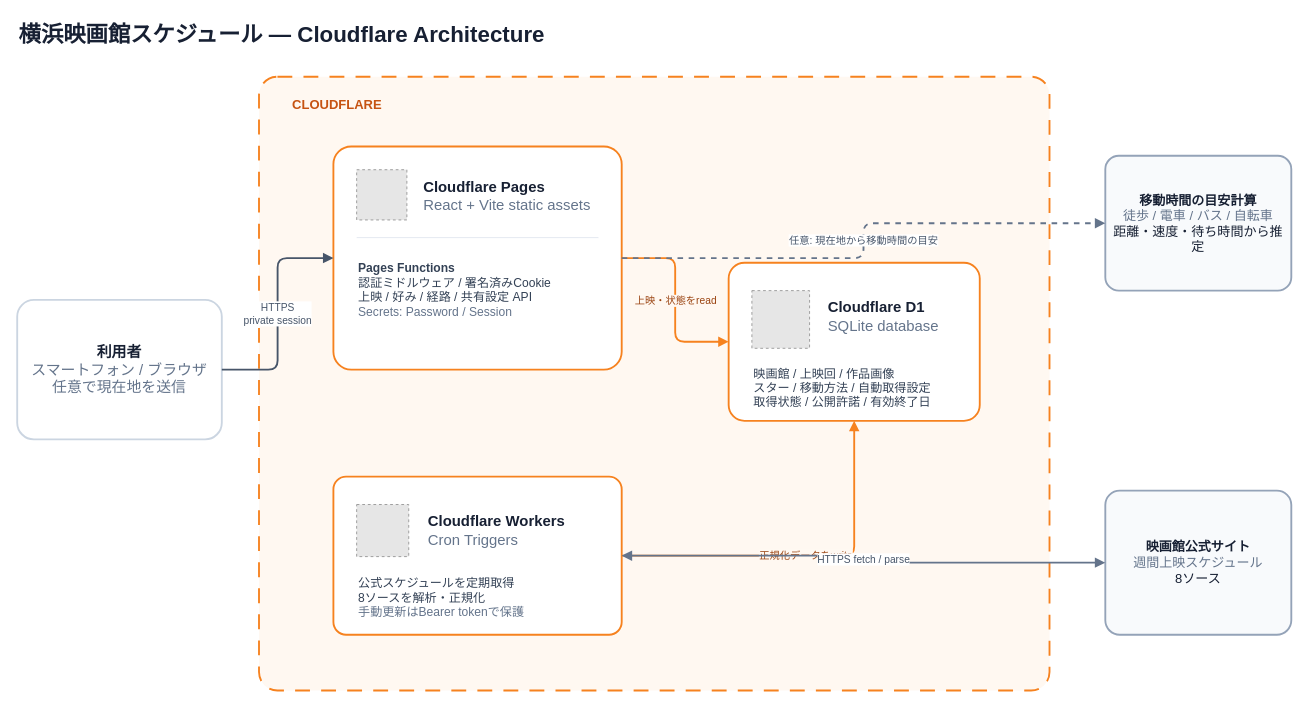
Above: docs/architecture/cloudflare-architecture.drawio in daylight55/yokohama-cinema-schedule (draw.io), before the change. Source tidied: cells renumbered, new cells numbered last; positions are measured from the earlier drawing's top-left corner, leaving out a move shared by most shapes. Both pictures are drawn from the tidied source at 93%, with x=0, y=0 at pixel (17, 16). Pictures stored in the file or linked from it are replaced by grey dashed boxes.
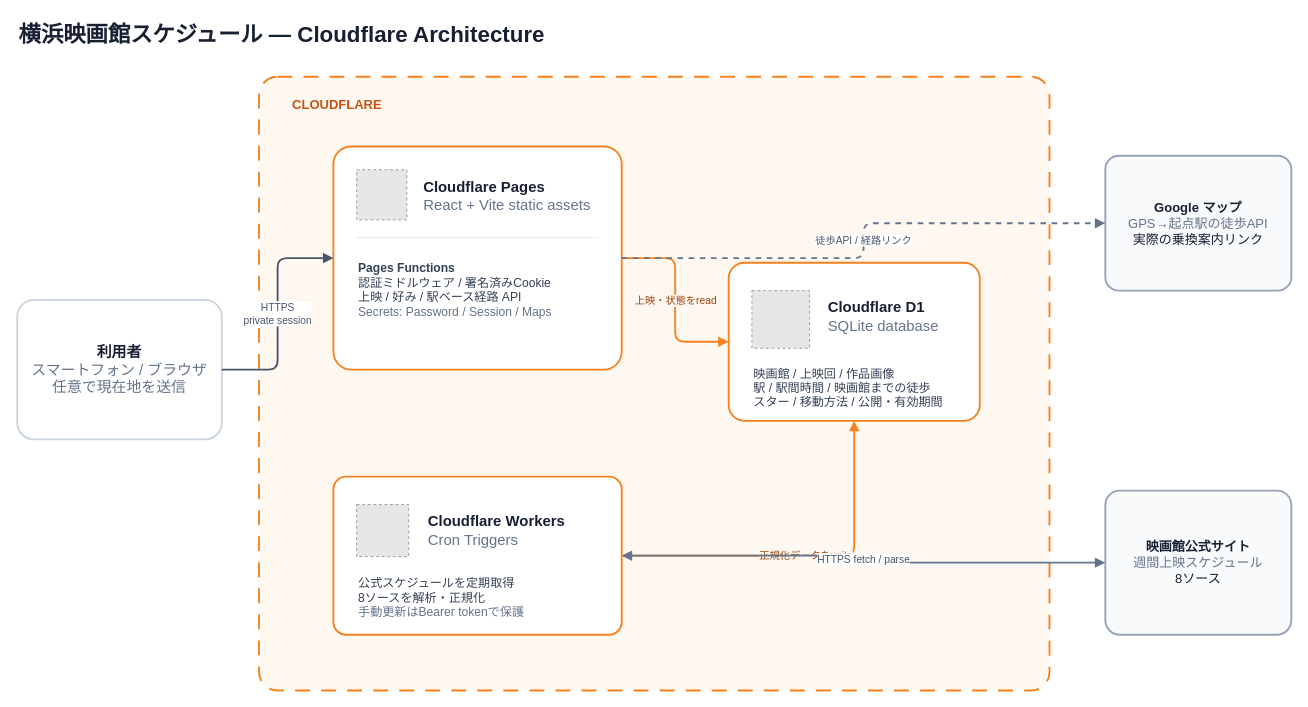
After the change.

Unchanged cells that the change refers to:
```xml
<mxCell id="6" style="rounded=1;whiteSpace=wrap;html=1;arcSize=8;fillColor=#FFFFFF;strokeColor=#F6821F;strokeWidth=2;" parent="1" vertex="1">
  <mxGeometry x="340" y="140" width="310" height="240" as="geometry" />
</mxCell>
```

Change to the diagram source:
```diff
@@
-    <mxCell id="10" value="&lt;b&gt;Pages Functions&lt;/b&gt;&lt;br&gt;認証ミドルウェア / 署名済みCookie&lt;br&gt;上映 / 好み / 経路 / 共有設定 API&lt;br&gt;&lt;font color=&quot;#64748B&quot;&gt;Secrets: Password / Session&lt;/font&gt;" style="text;html=1;strokeColor=none;fillColor=none;align=left;verticalAlign=top;fontSize=13;fontColor=#334155;spacingTop=4;" parent="1" vertex="1">
+    <mxCell id="10" value="&lt;b&gt;Pages Functions&lt;/b&gt;&lt;br&gt;認証ミドルウェア / 署名済みCookie&lt;br&gt;上映 / 好み / 駅ベース経路 API&lt;br&gt;&lt;font color=&quot;#64748B&quot;&gt;Secrets: Password / Session / Maps&lt;/font&gt;" style="text;html=1;strokeColor=none;fillColor=none;align=left;verticalAlign=top;fontSize=13;fontColor=#334155;spacingTop=4;" parent="1" vertex="1">
       <mxGeometry x="365" y="253" width="260" height="105" as="geometry" />
     </mxCell>
@@
-    <mxCell id="14" value="映画館 / 上映回 / 作品画像&lt;br&gt;スター / 移動方法 / 自動取得設定&lt;br&gt;取得状態 / 公開許諾 / 有効終了日" style="text;html=1;strokeColor=none;fillColor=none;align=left;verticalAlign=top;fontSize=13;fontColor=#334155;" parent="1" vertex="1">
+    <mxCell id="14" value="映画館 / 上映回 / 作品画像&lt;br&gt;駅 / 駅間時間 / 映画館までの徒歩&lt;br&gt;スター / 移動方法 / 公開・有効期間" style="text;html=1;strokeColor=none;fillColor=none;align=left;verticalAlign=top;fontSize=13;fontColor=#334155;" parent="1" vertex="1">
       <mxGeometry x="790" y="370" width="220" height="60" as="geometry" />
     </mxCell>
@@
-    <mxCell id="19" value="&lt;b&gt;移動時間の目安計算&lt;/b&gt;&lt;br&gt;&lt;font color=&quot;#64748B&quot;&gt;徒歩 / 電車 / バス / 自転車&lt;/font&gt;&lt;br&gt;距離・速度・待ち時間から推定" style="rounded=1;whiteSpace=wrap;html=1;arcSize=10;fillColor=#F8FAFC;strokeColor=#94A3B8;strokeWidth=2;align=center;verticalAlign=middle;fontSize=14;fontColor=#172033;spacing=10;" parent="1" vertex="1">
+    <mxCell id="19" value="&lt;b&gt;Google マップ&lt;/b&gt;&lt;br&gt;&lt;font color=&quot;#64748B&quot;&gt;GPS→起点駅の徒歩API&lt;/font&gt;&lt;br&gt;実際の乗換案内リンク" style="rounded=1;whiteSpace=wrap;html=1;arcSize=10;fillColor=#F8FAFC;strokeColor=#94A3B8;strokeWidth=2;align=center;verticalAlign=middle;fontSize=14;fontColor=#172033;spacing=10;" parent="1" vertex="1">
       <mxGeometry x="1170" y="150" width="200" height="145" as="geometry" />
     </mxCell>
@@
-    <mxCell id="24" value="任意: 現在地から移動時間の目安" style="edgeStyle=orthogonalEdgeStyle;rounded=1;jettySize=auto;html=1;strokeWidth=2;endArrow=block;endFill=1;strokeColor=#64748B;dashed=1;fontSize=11;fontColor=#475569;labelBackgroundColor=#FFFFFF;" parent="1" edge="1" source="6" target="19">
+    <mxCell id="24" value="徒歩API / 経路リンク" style="edgeStyle=orthogonalEdgeStyle;rounded=1;jettySize=auto;html=1;strokeWidth=2;endArrow=block;endFill=1;strokeColor=#64748B;dashed=1;fontSize=11;fontColor=#475569;labelBackgroundColor=#FFFFFF;" parent="1" edge="1" source="6" target="19">
       <mxGeometry relative="1" as="geometry" />
     </mxCell>
```
